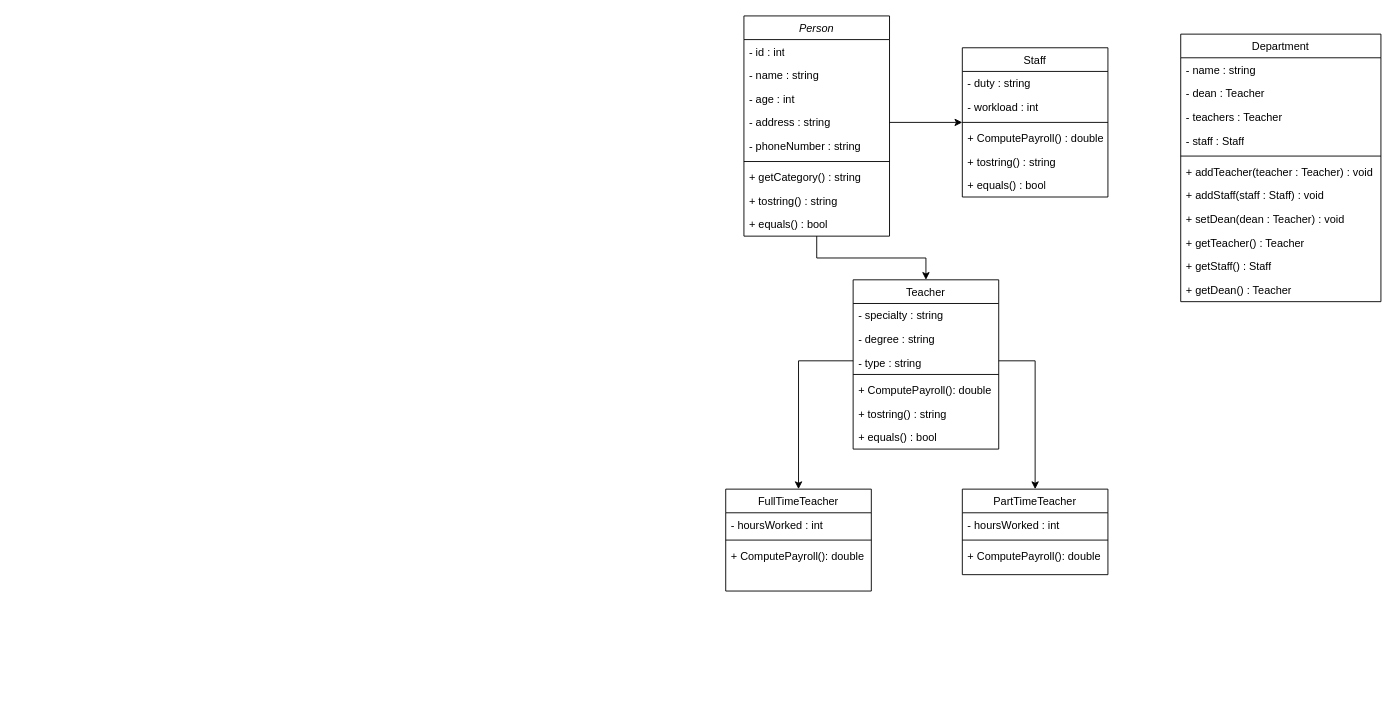
Before: UML Diagram.drawio in WilliamAbrokwah/GitHub-Test, a draw.io diagram. Source tidied: cells renumbered, new cells numbered last; positions are measured from the earlier drawing's top-left corner, leaving out a move shared by most shapes. Both pictures are drawn from the tidied source at 91%, with x=0, y=0 at pixel (725, 15).
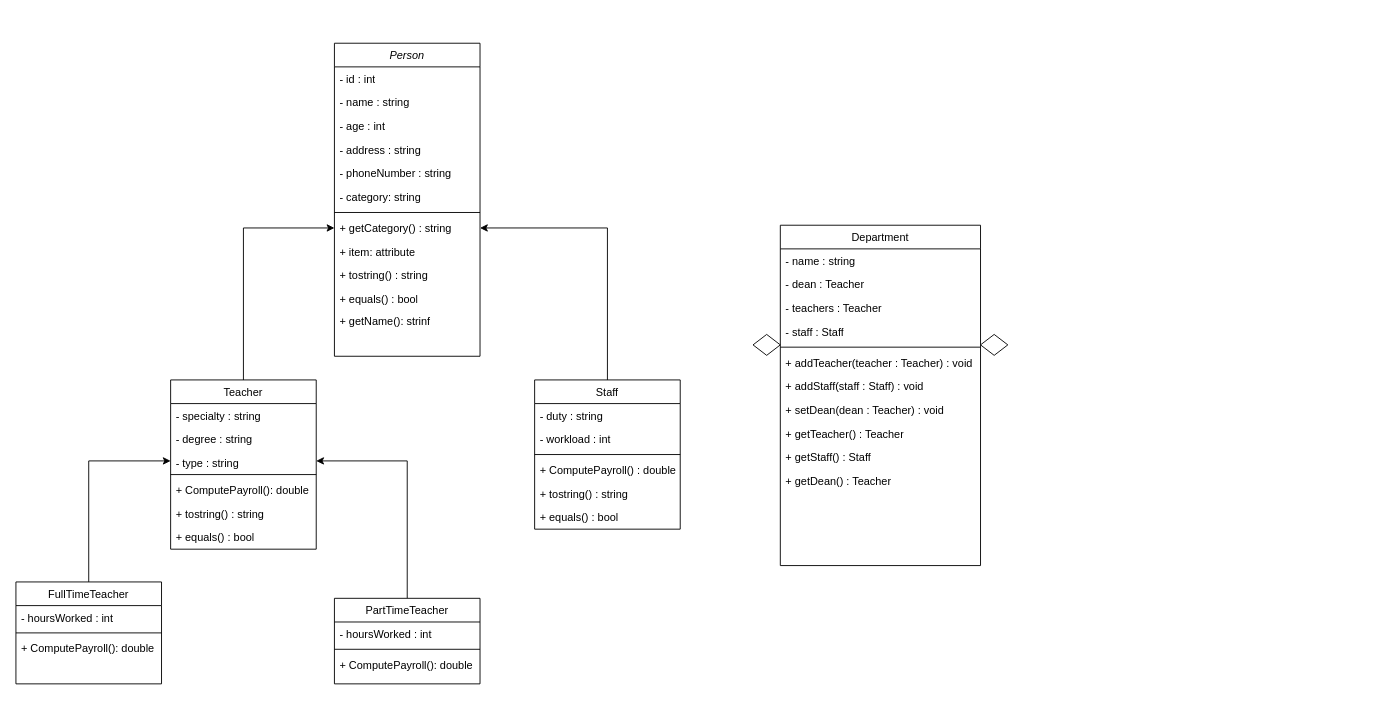
Above is the later version.

The change refers to these unchanged cells:
```xml
<mxCell id="7" value="- address : string" style="text;align=left;verticalAlign=top;spacingLeft=4;spacingRight=4;overflow=hidden;points=[[0,0.5],[1,0.5]];portConstraint=eastwest;rounded=0;shadow=0;html=0;" parent="3" vertex="1">
  <mxGeometry y="104" width="160" height="26" as="geometry" />
</mxCell>
<mxCell id="16" value="- type : string" style="text;strokeColor=none;fillColor=none;align=left;verticalAlign=top;spacingLeft=4;spacingRight=4;overflow=hidden;points=[[0,0.5],[1,0.5]];portConstraint=eastwest;whiteSpace=wrap;html=1;" parent="13" vertex="1">
  <mxGeometry y="78" width="160" height="22" as="geometry" />
</mxCell>
```

The edit, as a diff of the source:
```diff
@@
-    <mxCell id="2" style="edgeStyle=orthogonalEdgeStyle;rounded=0;jettySize=auto;html=1;entryX=0.5;entryY=0;entryDx=0;entryDy=0;" parent="1" edge="1" source="3" target="13">
-      <mxGeometry relative="1" as="geometry" />
-    </mxCell>
     <mxCell id="3" value="Person" style="swimlane;fontStyle=2;align=center;verticalAlign=top;horizontal=1;startSize=26;rounded=0;shadow=0;strokeWidth=1;" parent="1" vertex="1">
-      <mxGeometry x="20" width="160" height="242" as="geometry" />
+      <mxGeometry x="-430" y="30" width="160" height="344" as="geometry" />
     </mxCell>
@@
+    <mxCell id="51" value="- category: string" style="text;strokeColor=none;fillColor=none;align=left;verticalAlign=top;spacingLeft=4;spacingRight=4;overflow=hidden;whiteSpace=wrap;html=1;" parent="3" vertex="1">
+      <mxGeometry y="156" width="160" height="26" as="geometry" />
+    </mxCell>
     <mxCell id="9" style="line;html=1;strokeWidth=1;align=left;verticalAlign=middle;spacingTop=-1;spacingLeft=3;spacingRight=3;labelPosition=right;" parent="3" vertex="1">
-      <mxGeometry y="156" width="160" height="8" as="geometry" />
+      <mxGeometry y="182" width="160" height="8" as="geometry" />
     </mxCell>
     <mxCell id="10" value="+ getCategory() : string" style="text;strokeColor=none;fillColor=none;align=left;verticalAlign=top;spacingLeft=4;spacingRight=4;overflow=hidden;points=[[0,0.5],[1,0.5]];portConstraint=eastwest;whiteSpace=wrap;html=1;" parent="3" vertex="1">
-      <mxGeometry y="164" width="160" height="26" as="geometry" />
+      <mxGeometry y="190" width="160" height="26" as="geometry" />
     </mxCell>
+    <mxCell id="52" value="+ item: attribute" style="text;strokeColor=none;fillColor=none;align=left;verticalAlign=top;spacingLeft=4;spacingRight=4;overflow=hidden;whiteSpace=wrap;html=1;" parent="3" vertex="1">
+      <mxGeometry y="216" width="160" height="26" as="geometry" />
+    </mxCell>
     <mxCell id="11" value="+ tostring() : string" style="text;align=left;verticalAlign=top;spacingLeft=4;spacingRight=4;overflow=hidden;" parent="3" vertex="1">
-      <mxGeometry y="190" width="160" height="26" as="geometry" />
+      <mxGeometry y="242" width="160" height="26" as="geometry" />
     </mxCell>
     <mxCell id="12" value="+ equals() : bool" style="text;strokeColor=none;fillColor=none;align=left;verticalAlign=top;spacingLeft=4;spacingRight=4;overflow=hidden;whiteSpace=wrap;html=1;" parent="3" vertex="1">
-      <mxGeometry y="216" width="160" height="24" as="geometry" />
+      <mxGeometry y="268" width="160" height="24" as="geometry" />
     </mxCell>
+    <mxCell id="53" value="+ getName(): strinf" style="text;strokeColor=none;fillColor=none;align=left;verticalAlign=top;spacingLeft=4;spacingRight=4;overflow=hidden;whiteSpace=wrap;html=1;" parent="3" vertex="1">
+      <mxGeometry y="292" width="160" height="26" as="geometry" />
+    </mxCell>
+    <mxCell id="54" style="edgeStyle=orthogonalEdgeStyle;rounded=0;jettySize=auto;html=1;entryX=0;entryY=0.5;entryDx=0;entryDy=0;" parent="1" edge="1" source="13" target="10">
+      <mxGeometry relative="1" as="geometry" />
+    </mxCell>
     <mxCell id="13" value="Teacher" style="swimlane;fontStyle=0;align=center;verticalAlign=top;horizontal=1;startSize=26;rounded=0;shadow=0;strokeWidth=1;" parent="1" vertex="1">
-      <mxGeometry x="140" y="290" width="160" height="186" as="geometry" />
+      <mxGeometry x="-610" y="400" width="160" height="186" as="geometry" />
     </mxCell>
@@
+    <mxCell id="55" style="edgeStyle=orthogonalEdgeStyle;rounded=0;jettySize=auto;html=1;entryX=1;entryY=0.5;entryDx=0;entryDy=0;" parent="1" edge="1" source="21" target="10">
+      <mxGeometry relative="1" as="geometry" />
+    </mxCell>
     <mxCell id="21" value="Staff" style="swimlane;fontStyle=0;align=center;verticalAlign=top;horizontal=1;startSize=26;rounded=0;shadow=0;strokeWidth=1;" parent="1" vertex="1">
-      <mxGeometry x="260" y="35" width="160" height="164" as="geometry" />
+      <mxGeometry x="-210" y="400" width="160" height="164" as="geometry" />
     </mxCell>
@@
     <mxCell id="28" value="Department" style="swimlane;fontStyle=0;align=center;verticalAlign=top;horizontal=1;startSize=26;rounded=0;shadow=0;strokeWidth=1;" parent="1" vertex="1">
-      <mxGeometry x="500" y="20" width="220" height="294" as="geometry" />
+      <mxGeometry x="60" y="230" width="220" height="374" as="geometry" />
     </mxCell>
@@
+    <mxCell id="56" style="edgeStyle=orthogonalEdgeStyle;rounded=0;jettySize=auto;html=1;" parent="1" edge="1" source="40" target="16">
+      <mxGeometry relative="1" as="geometry" />
+    </mxCell>
     <mxCell id="40" value="FullTimeTeacher" style="swimlane;fontStyle=0;align=center;verticalAlign=top;horizontal=1;startSize=26;rounded=0;shadow=0;strokeWidth=1;" parent="1" vertex="1">
-      <mxGeometry y="520" width="160" height="112" as="geometry" />
+      <mxGeometry x="-780" y="622" width="160" height="112" as="geometry" />
     </mxCell>
@@
+    <mxCell id="57" style="edgeStyle=orthogonalEdgeStyle;rounded=0;jettySize=auto;html=1;entryX=1;entryY=0.5;entryDx=0;entryDy=0;" parent="1" edge="1" source="44" target="16">
+      <mxGeometry relative="1" as="geometry" />
+    </mxCell>
     <mxCell id="44" value="PartTimeTeacher" style="swimlane;fontStyle=0;align=center;verticalAlign=top;horizontal=1;startSize=26;rounded=0;shadow=0;strokeWidth=1;" parent="1" vertex="1">
-      <mxGeometry x="260" y="520" width="160" height="94" as="geometry" />
+      <mxGeometry x="-430" y="640" width="160" height="94" as="geometry" />
     </mxCell>
@@
-    <mxCell id="48" style="edgeStyle=orthogonalEdgeStyle;rounded=0;jettySize=auto;html=1;exitX=1;exitY=0.5;exitDx=0;exitDy=0;entryX=0;entryY=0.5;entryDx=0;entryDy=0;" parent="1" edge="1" source="7" target="21">
-      <mxGeometry relative="1" as="geometry" />
-    </mxCell>
-    <mxCell id="49" style="edgeStyle=orthogonalEdgeStyle;rounded=0;jettySize=auto;html=1;" parent="1" edge="1" source="16" target="40">
-      <mxGeometry relative="1" as="geometry" />
-    </mxCell>
-    <mxCell id="50" style="edgeStyle=orthogonalEdgeStyle;rounded=0;jettySize=auto;html=1;exitX=1;exitY=0.5;exitDx=0;exitDy=0;entryX=0.5;entryY=0;entryDx=0;entryDy=0;" parent="1" edge="1" source="16" target="44">
-      <mxGeometry relative="1" as="geometry" />
-    </mxCell>
+    <mxCell id="58" style="rhombus;whiteSpace=wrap;html=1;" parent="1" vertex="1">
+      <mxGeometry x="280" y="350" width="30" height="23" as="geometry" />
+    </mxCell>
+    <mxCell id="59" style="rhombus;whiteSpace=wrap;html=1;" parent="1" vertex="1">
+      <mxGeometry x="30" y="350" width="30" height="23" as="geometry" />
+    </mxCell>
```
